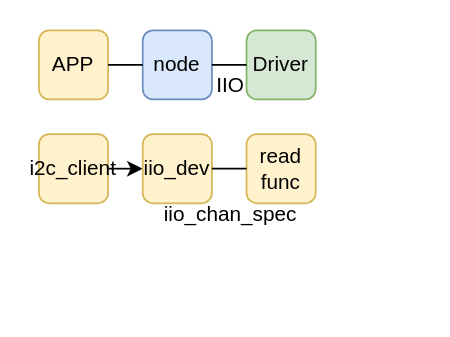
The draw.io diagram driver/ADC-driver/adc.drawio in OuO333333/jserv-linux-kernel-internals-study, before the edit. Source tidied: cells renumbered, new cells numbered last; positions are measured from the earlier drawing's top-left corner, leaving out a move shared by most shapes. Both pictures are drawn from the tidied source at 173%, with x=0, y=0 at pixel (38, 29).
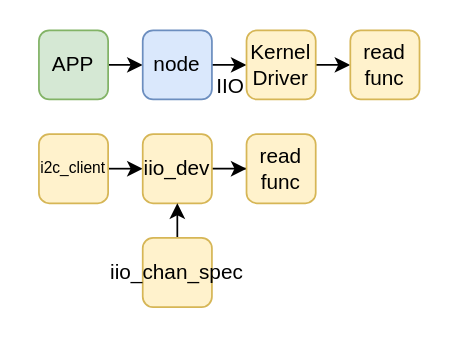
The same diagram, later.

What changed in the source:
```diff
@@
 <mxGraphModel>
   <root>
     <mxCell id="0" />
     <mxCell id="1" parent="0" />
+    <mxCell id="7" style="edgeStyle=orthogonalEdgeStyle;rounded=0;jettySize=auto;html=1;exitX=1;exitY=0.5;exitDx=0;exitDy=0;entryX=0;entryY=0.5;entryDx=0;entryDy=0;" parent="1" edge="1" source="2" target="3">
+      <mxGeometry relative="1" as="geometry" />
+    </mxCell>
-    <mxCell id="2" value="APP" style="rounded=1;whiteSpace=wrap;html=1;fillColor=#fff2cc;strokeColor=#d6b656;" parent="1" vertex="1">
+    <mxCell id="2" value="APP" style="rounded=1;whiteSpace=wrap;html=1;fillColor=#d5e8d4;strokeColor=#82b366;" parent="1" vertex="1">
       <mxGeometry width="40" height="40" as="geometry" />
     </mxCell>
+    <mxCell id="14" style="edgeStyle=orthogonalEdgeStyle;rounded=0;jettySize=auto;html=1;exitX=1;exitY=0.5;exitDx=0;exitDy=0;entryX=0;entryY=0.5;entryDx=0;entryDy=0;" parent="1" edge="1" source="3" target="4">
+      <mxGeometry relative="1" as="geometry" />
+    </mxCell>
     <mxCell id="3" value="node" style="rounded=1;whiteSpace=wrap;html=1;fillColor=#dae8fc;strokeColor=#6c8ebf;" parent="1" vertex="1">
       <mxGeometry x="60" width="40" height="40" as="geometry" />
     </mxCell>
+    <mxCell id="15" style="edgeStyle=orthogonalEdgeStyle;rounded=0;jettySize=auto;html=1;exitX=1;exitY=0.5;exitDx=0;exitDy=0;entryX=0;entryY=0.5;entryDx=0;entryDy=0;" parent="1" edge="1" source="4" target="17">
+      <mxGeometry relative="1" as="geometry" />
+    </mxCell>
-    <mxCell id="4" value="Driver" style="rounded=1;whiteSpace=wrap;html=1;fillColor=#d5e8d4;strokeColor=#82b366;" parent="1" vertex="1">
+    <mxCell id="4" value="Kernel&lt;div&gt;Driver&lt;/div&gt;" style="rounded=1;whiteSpace=wrap;html=1;fillColor=#fff2cc;strokeColor=#d6b656;" parent="1" vertex="1">
       <mxGeometry x="120" width="40" height="40" as="geometry" />
     </mxCell>
-    <mxCell id="5" style="endArrow=none;html=1;rounded=0;exitX=1;exitY=0.5;exitDx=0;exitDy=0;" parent="1" edge="1" source="3">
-      <mxGeometry relative="1" as="geometry">
-        <mxPoint x="120" y="20" as="targetPoint" />
-      </mxGeometry>
-    </mxCell>
     <mxCell id="6" value="IIO" style="text;html=1;align=center;verticalAlign=middle;whiteSpace=wrap;rounded=0;" parent="1" vertex="1">
-      <mxGeometry x="81" y="17" width="60" height="30" as="geometry" />
+      <mxGeometry x="81" y="18" width="60" height="30" as="geometry" />
     </mxCell>
-    <mxCell id="7" style="endArrow=none;html=1;rounded=0;exitX=1;exitY=0.5;exitDx=0;exitDy=0;entryX=0;entryY=0.5;entryDx=0;entryDy=0;" parent="1" edge="1" source="2" target="3">
-      <mxGeometry relative="1" as="geometry" />
-    </mxCell>
     <mxCell id="8" style="edgeStyle=orthogonalEdgeStyle;rounded=0;jettySize=auto;html=1;exitX=1;exitY=0.5;exitDx=0;exitDy=0;entryX=0;entryY=0.5;entryDx=0;entryDy=0;" parent="1" edge="1" source="9" target="10">
       <mxGeometry relative="1" as="geometry" />
     </mxCell>
-    <mxCell id="9" value="i2c_client" style="rounded=1;whiteSpace=wrap;html=1;fillColor=#fff2cc;strokeColor=#d6b656;" parent="1" vertex="1">
+    <mxCell id="9" value="i2c_client" style="rounded=1;whiteSpace=wrap;html=1;fillColor=#fff2cc;strokeColor=#d6b656;fontSize=9;" parent="1" vertex="1">
       <mxGeometry y="60" width="40" height="40" as="geometry" />
     </mxCell>
+    <mxCell id="13" style="edgeStyle=orthogonalEdgeStyle;rounded=0;jettySize=auto;html=1;exitX=1;exitY=0.5;exitDx=0;exitDy=0;" parent="1" edge="1" source="10" target="11">
+      <mxGeometry relative="1" as="geometry" />
+    </mxCell>
     <mxCell id="10" value="iio_dev" style="rounded=1;whiteSpace=wrap;html=1;fillColor=#fff2cc;strokeColor=#d6b656;" parent="1" vertex="1">
       <mxGeometry x="60" y="60" width="40" height="40" as="geometry" />
     </mxCell>
     <mxCell id="11" value="read func" style="rounded=1;whiteSpace=wrap;html=1;fillColor=#fff2cc;strokeColor=#d6b656;" parent="1" vertex="1">
       <mxGeometry x="120" y="60" width="40" height="40" as="geometry" />
     </mxCell>
+    <mxCell id="16" style="edgeStyle=orthogonalEdgeStyle;rounded=0;jettySize=auto;html=1;exitX=0.5;exitY=0;exitDx=0;exitDy=0;entryX=0.5;entryY=1;entryDx=0;entryDy=0;" parent="1" edge="1" source="12" target="10">
+      <mxGeometry relative="1" as="geometry" />
+    </mxCell>
-    <mxCell id="12" value="iio_chan_spec" style="text;html=1;align=center;verticalAlign=middle;whiteSpace=wrap;rounded=0;" parent="1" vertex="1">
-      <mxGeometry x="81" y="92" width="60" height="30" as="geometry" />
+    <mxCell id="12" value="iio_chan_spec" style="rounded=1;whiteSpace=wrap;html=1;fillColor=#fff2cc;strokeColor=#d6b656;" parent="1" vertex="1">
+      <mxGeometry x="60" y="120" width="40" height="40" as="geometry" />
     </mxCell>
-    <mxCell id="13" style="endArrow=none;html=1;rounded=0;exitX=1;exitY=0.5;exitDx=0;exitDy=0;entryX=0;entryY=0.5;entryDx=0;entryDy=0;" parent="1" edge="1" source="10" target="11">
-      <mxGeometry relative="1" as="geometry" />
-    </mxCell>
+    <mxCell id="17" value="read func" style="rounded=1;whiteSpace=wrap;html=1;fillColor=#fff2cc;strokeColor=#d6b656;" parent="1" vertex="1">
+      <mxGeometry x="180" width="40" height="40" as="geometry" />
+    </mxCell>
   </root>
 </mxGraphModel>
```
